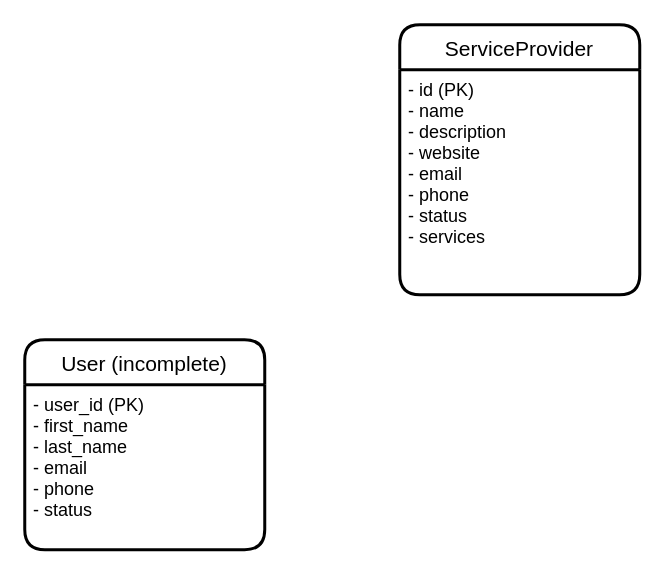
Above: design/data_model.drawio in t3rrybb/hackathon-springboard-collaborative (draw.io), before the change. Source tidied: cells renumbered, new cells numbered last; positions are measured from the earlier drawing's top-left corner, leaving out a move shared by most shapes. Both pictures are drawn from the tidied source at 150%, with x=0, y=0 at pixel (24, 24).
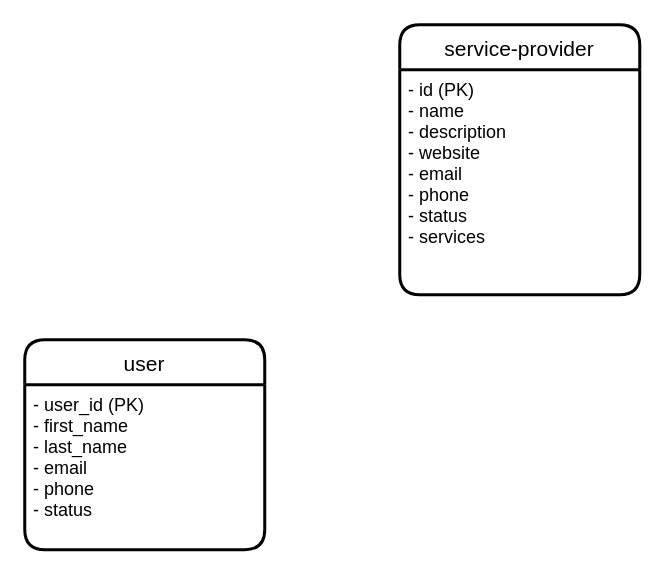
The same page after the edit.

Commit message:
Change entity names to snake case in data model

Change to the diagram source:
```diff
@@
 <mxGraphModel>
   <root>
     <mxCell id="0" />
     <mxCell id="1" parent="0" />
-    <mxCell id="2" value="User (incomplete)" style="swimlane;horizontal=1;startSize=30;rounded=1;fontSize=14;fontStyle=0;strokeWidth=2;shadow=0;dashed=0;align=center;" parent="1" vertex="1">
+    <mxCell id="2" value="user" style="swimlane;horizontal=1;startSize=30;rounded=1;fontSize=14;fontStyle=0;strokeWidth=2;shadow=0;dashed=0;align=center;" parent="1" vertex="1">
       <mxGeometry y="210" width="160" height="140" as="geometry" />
     </mxCell>
     <mxCell id="3" value="- user_id (PK)&#10;- first_name&#10;- last_name&#10;- email&#10;- phone&#10;- status" style="align=left;strokeColor=none;fillColor=none;spacingLeft=4;fontSize=12;verticalAlign=top;" parent="2" vertex="1">
       <mxGeometry y="30" width="160" height="110" as="geometry" />
     </mxCell>
-    <mxCell id="4" value="ServiceProvider" style="swimlane;horizontal=1;startSize=30;rounded=1;fontSize=14;fontStyle=0;strokeWidth=2;shadow=0;dashed=0;align=center;" parent="1" vertex="1">
+    <mxCell id="4" value="service-provider" style="swimlane;horizontal=1;startSize=30;rounded=1;fontSize=14;fontStyle=0;strokeWidth=2;shadow=0;dashed=0;align=center;" parent="1" vertex="1">
       <mxGeometry x="250" width="160" height="180" as="geometry" />
     </mxCell>
     <mxCell id="5" value="- id (PK)&#10;- name&#10;- description&#10;- website&#10;- email&#10;- phone&#10;- status&#10;- services" style="align=left;strokeColor=none;fillColor=none;spacingLeft=4;fontSize=12;verticalAlign=top;" parent="4" vertex="1">
       <mxGeometry y="30" width="160" height="150" as="geometry" />
     </mxCell>
   </root>
 </mxGraphModel>
```
